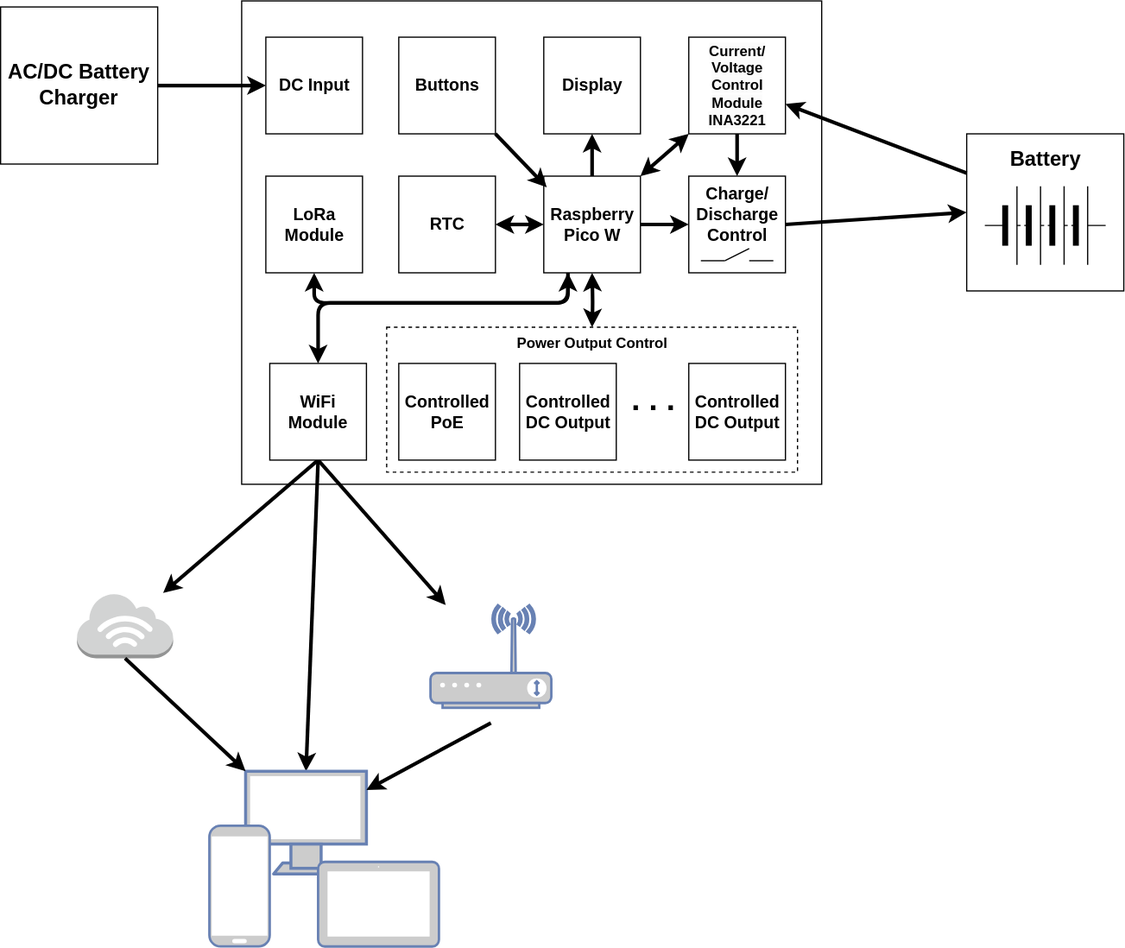
The draw.io diagram docs/Idea.drawio.svg in kdimonych/lead_barry, before a commit. Source tidied: cells renumbered, new cells last; positions are measured from the earlier drawing's top-left corner, leaving out a move shared by most shapes.
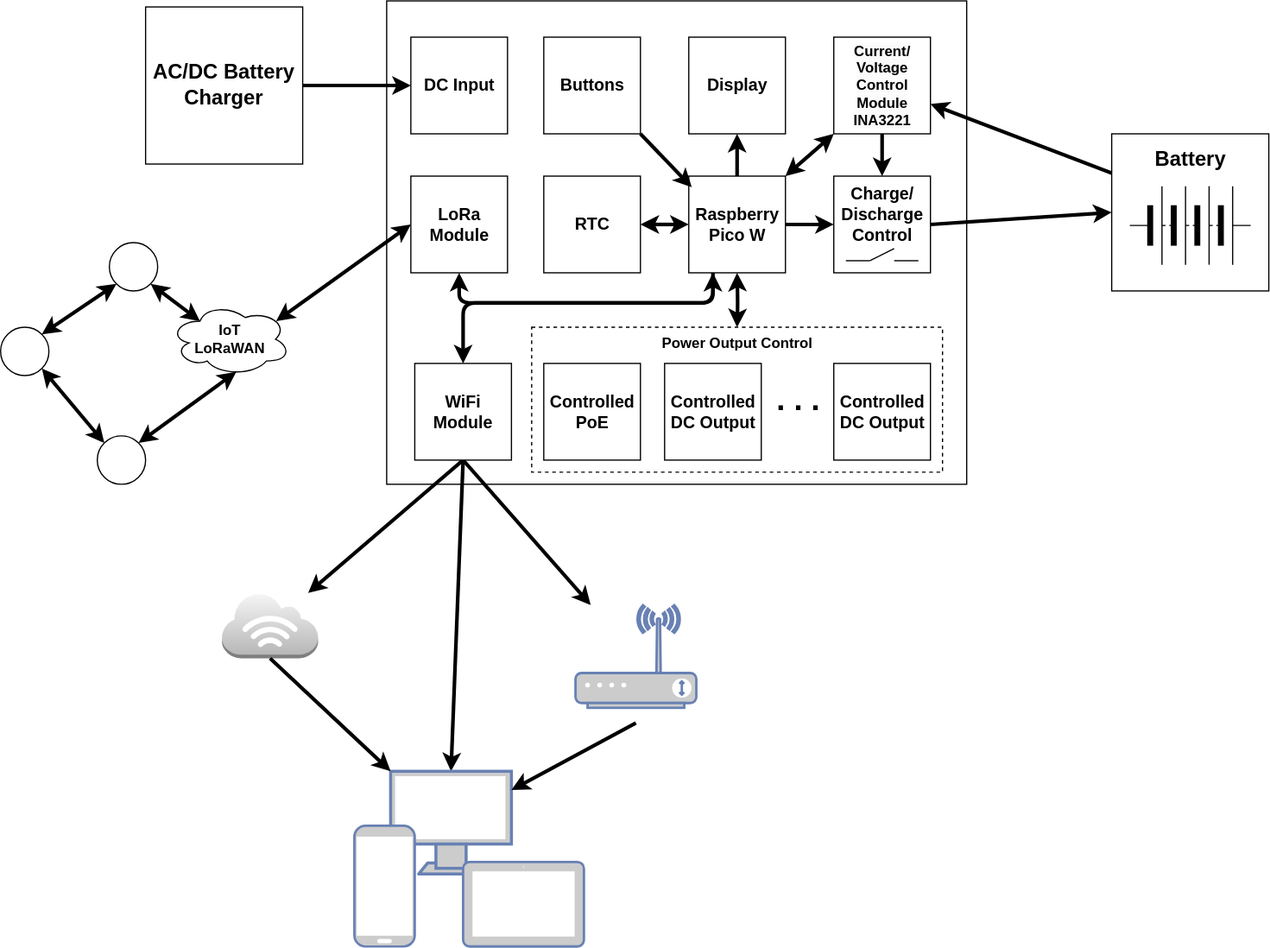
The same file after the commit.

Commit message:
doc: general idea

The edit, as a diff of the source:
```diff
@@ -133,7 +133,7 @@
     <mxCell id="38" style="fontColor=#0066CC;verticalAlign=top;verticalLabelPosition=bottom;labelPosition=center;align=center;html=1;outlineConnect=0;fillColor=#CCCCCC;strokeColor=#6881B3;gradientColor=none;gradientDirection=north;strokeWidth=2;shape=mxgraph.networks.wireless_modem;" parent="1" vertex="1">
       <mxGeometry x="355.8" y="500" width="100" height="85" as="geometry" />
     </mxCell>
-    <mxCell id="39" style="outlineConnect=0;dashed=0;verticalLabelPosition=bottom;verticalAlign=top;align=center;html=1;shape=mxgraph.aws3.internet_3;fillColor=#D2D3D3;gradientColor=none;fontFamily=Helvetica;fontSize=11;fontColor=default;labelBackgroundColor=default;" parent="1" vertex="1">
+    <mxCell id="39" style="outlineConnect=0;dashed=0;verticalLabelPosition=bottom;verticalAlign=top;align=center;html=1;shape=mxgraph.aws3.internet_3;fillColor=#f5f5f5;fontFamily=Helvetica;fontSize=11;labelBackgroundColor=default;strokeColor=#666666;gradientColor=#b3b3b3;" parent="1" vertex="1">
       <mxGeometry x="63.2" y="490" width="79.5" height="54" as="geometry" />
     </mxCell>
     <mxCell id="40" style="edgeStyle=none;shape=connector;rounded=1;html=1;exitX=0.5;exitY=1;exitDx=0;exitDy=0;exitPerimeter=0;entryX=0;entryY=0;entryDx=0;entryDy=0;entryPerimeter=0;strokeColor=#000000;strokeWidth=3;align=center;verticalAlign=middle;fontFamily=Helvetica;fontSize=11;fontColor=default;labelBackgroundColor=default;endArrow=classic;" parent="1" edge="1" source="39" target="34">
@@ -176,5 +176,32 @@
     <mxCell id="51" value="&lt;span style=&quot;color: rgb(0, 0, 0); font-size: 17px; font-weight: 700;&quot;&gt;AC/DC Battery Charger&lt;/span&gt;" style="rounded=0;whiteSpace=wrap;html=1;verticalAlign=middle;" parent="1" vertex="1">
       <mxGeometry y="5" width="130" height="130" as="geometry" />
     </mxCell>
+    <mxCell id="52" style="edgeStyle=none;shape=connector;rounded=1;html=1;exitX=0.25;exitY=0.25;exitDx=0;exitDy=0;exitPerimeter=0;entryX=1;entryY=1;entryDx=0;entryDy=0;strokeColor=default;strokeWidth=3;align=center;verticalAlign=middle;fontFamily=Helvetica;fontSize=11;fontColor=default;labelBackgroundColor=default;startArrow=classic;startFill=1;endArrow=classic;" parent="1" edge="1" source="53" target="59">
+      <mxGeometry relative="1" as="geometry" />
+    </mxCell>
+    <mxCell id="53" value="IoT&lt;div&gt;LoRaWAN&lt;/div&gt;" style="ellipse;shape=cloud;whiteSpace=wrap;html=1;align=center;fontStyle=1;" parent="1" vertex="1">
+      <mxGeometry x="20" y="250" width="100" height="60" as="geometry" />
+    </mxCell>
+    <mxCell id="54" style="edgeStyle=none;html=1;exitX=0;exitY=0.5;exitDx=0;exitDy=0;entryX=0.88;entryY=0.25;entryDx=0;entryDy=0;entryPerimeter=0;strokeWidth=3;startArrow=classic;startFill=1;" parent="1" edge="1" source="7" target="53">
+      <mxGeometry relative="1" as="geometry" />
+    </mxCell>
+    <mxCell id="55" style="edgeStyle=none;shape=connector;rounded=1;html=1;exitX=1;exitY=1;exitDx=0;exitDy=0;entryX=0;entryY=0;entryDx=0;entryDy=0;strokeColor=default;strokeWidth=3;align=center;verticalAlign=middle;fontFamily=Helvetica;fontSize=11;fontColor=default;labelBackgroundColor=default;startArrow=classic;startFill=1;endArrow=classic;" parent="1" edge="1" source="56" target="57">
+      <mxGeometry relative="1" as="geometry" />
+    </mxCell>
+    <mxCell id="56" style="ellipse;whiteSpace=wrap;html=1;" parent="1" vertex="1">
+      <mxGeometry x="-120" y="270" width="40" height="40" as="geometry" />
+    </mxCell>
+    <mxCell id="57" style="ellipse;whiteSpace=wrap;html=1;" parent="1" vertex="1">
+      <mxGeometry x="-40" y="360" width="40" height="40" as="geometry" />
+    </mxCell>
+    <mxCell id="58" style="edgeStyle=none;shape=connector;rounded=1;html=1;exitX=0;exitY=1;exitDx=0;exitDy=0;entryX=1;entryY=0;entryDx=0;entryDy=0;strokeColor=default;strokeWidth=3;align=center;verticalAlign=middle;fontFamily=Helvetica;fontSize=11;fontColor=default;labelBackgroundColor=default;startArrow=classic;startFill=1;endArrow=classic;" parent="1" edge="1" source="59" target="56">
+      <mxGeometry relative="1" as="geometry" />
+    </mxCell>
+    <mxCell id="59" style="ellipse;whiteSpace=wrap;html=1;" parent="1" vertex="1">
+      <mxGeometry x="-30" y="200" width="40" height="40" as="geometry" />
+    </mxCell>
+    <mxCell id="60" style="edgeStyle=none;shape=connector;rounded=1;html=1;exitX=1;exitY=0;exitDx=0;exitDy=0;entryX=0.55;entryY=0.95;entryDx=0;entryDy=0;entryPerimeter=0;strokeColor=default;strokeWidth=3;align=center;verticalAlign=middle;fontFamily=Helvetica;fontSize=11;fontColor=default;labelBackgroundColor=default;startArrow=classic;startFill=1;endArrow=classic;" parent="1" edge="1" source="57" target="53">
+      <mxGeometry relative="1" as="geometry" />
+    </mxCell>
   </root>
 </mxGraphModel>
```
